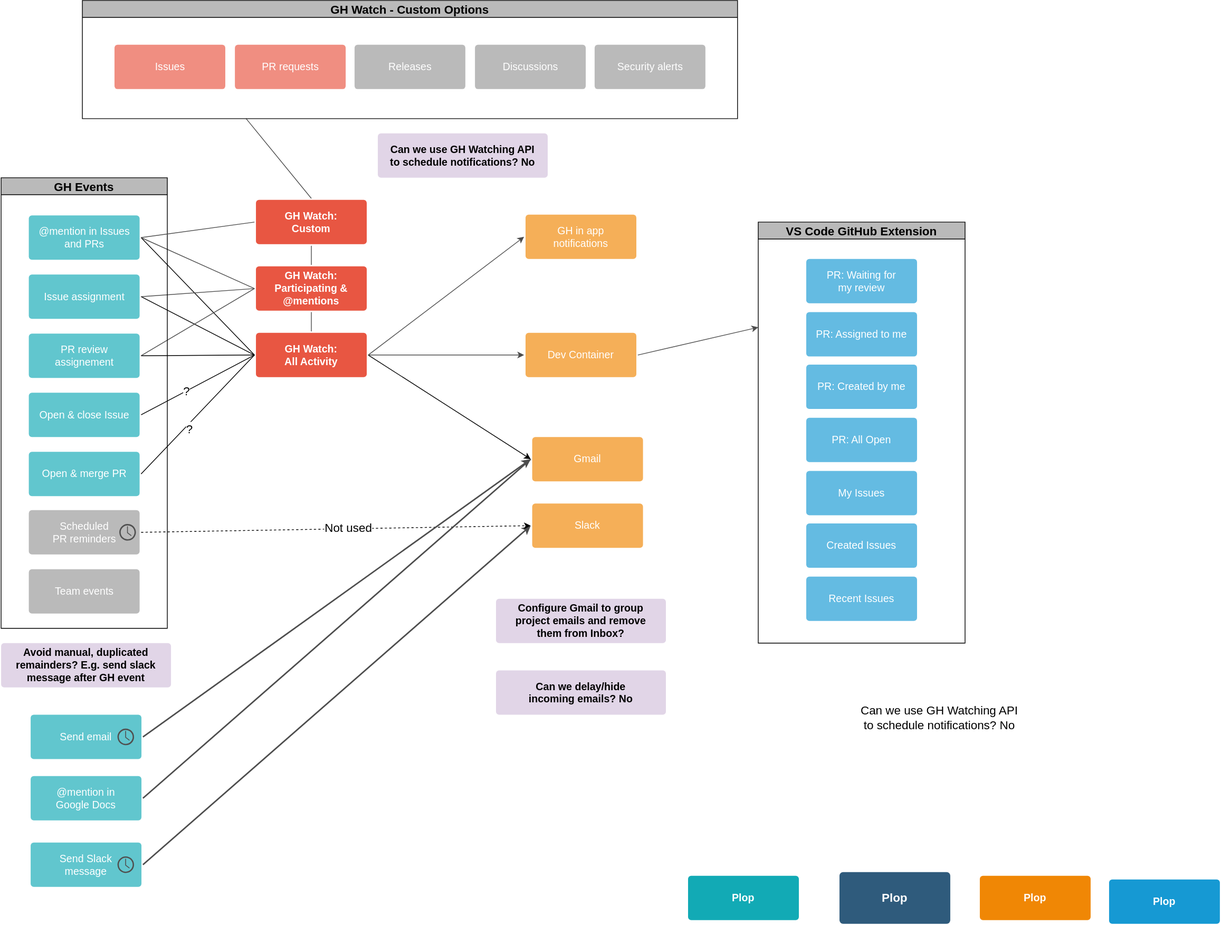
This is docs/drawio/diagrams/notification-graph.drawio.svg from Sage-Bionetworks/sage-monorepo, a draw.io export, as it was before one commit. Source tidied: cells renumbered, new cells last; positions are measured from the earlier drawing's top-left corner, leaving out a move shared by most shapes.
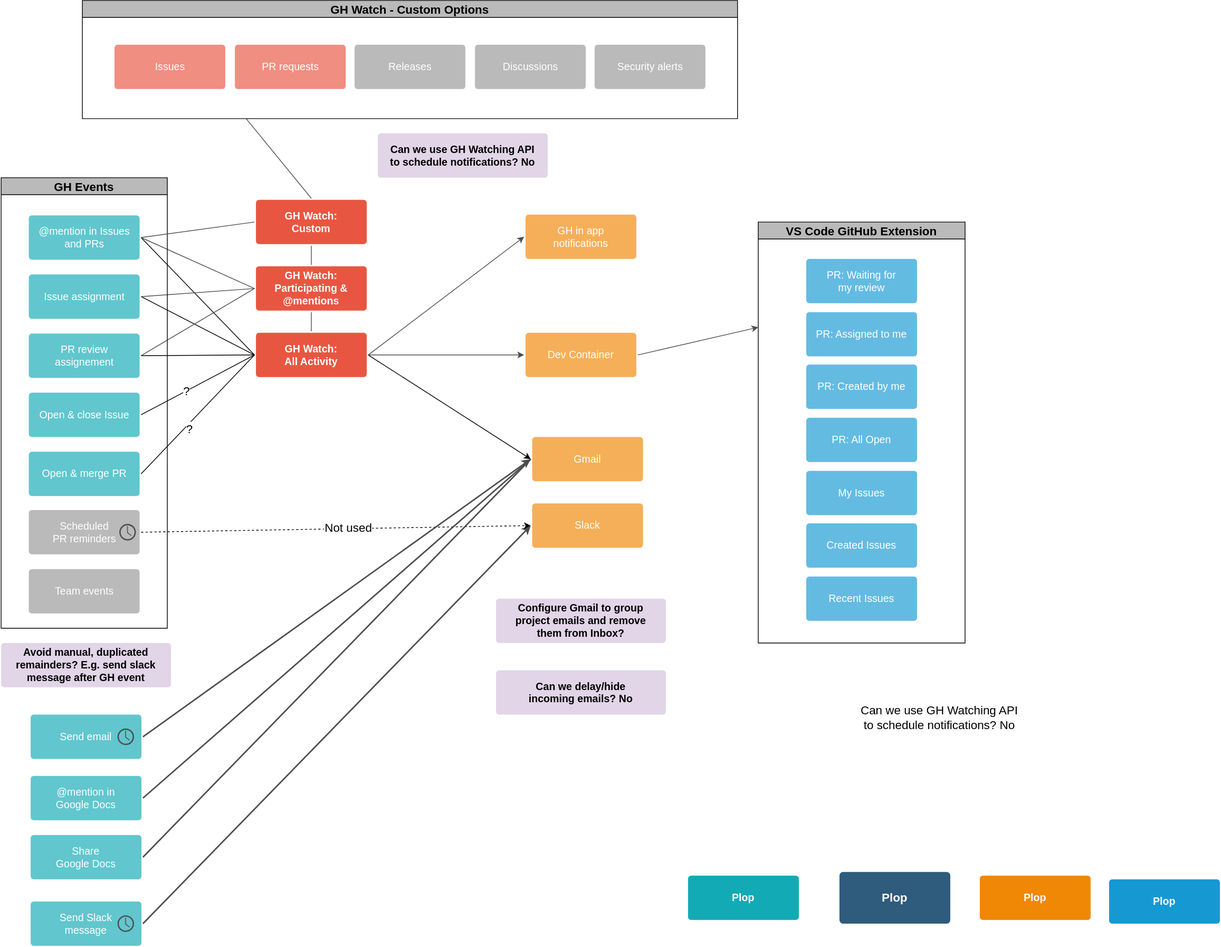
Later version of the same file.

Diff of the diagram source:
```diff
@@ -204,7 +204,7 @@
       <mxGeometry x="40" y="1050" width="150" height="60" as="geometry" />
     </mxCell>
     <mxCell id="69" style="group;" parent="1" vertex="1">
-      <mxGeometry x="40" y="1140" width="150" height="60" as="geometry" />
+      <mxGeometry x="40" y="1220" width="150" height="60" as="geometry" />
     </mxCell>
     <mxCell id="70" value="Send Slack&lt;br&gt;message" style="rounded=1;whiteSpace=wrap;html=1;shadow=0;labelBackgroundColor=none;strokeColor=none;strokeWidth=3;fillColor=#61c6ce;fontFamily=Helvetica;fontSize=14;fontColor=#FFFFFF;align=center;spacing=5;fontStyle=0;arcSize=7;perimeterSpacing=2;" parent="69" vertex="1">
       <mxGeometry width="150" height="60" as="geometry" />
@@ -212,5 +212,11 @@
     <mxCell id="71" style="sketch=0;shadow=0;dashed=0;html=1;strokeColor=none;fillColor=#505050;labelPosition=center;verticalLabelPosition=bottom;verticalAlign=top;align=center;shape=mxgraph.office.concepts.clock;" parent="69" vertex="1">
       <mxGeometry x="117.5" y="18.8" width="22.5" height="22.5" as="geometry" />
     </mxCell>
+    <mxCell id="72" style="edgeStyle=none;rounded=0;jettySize=auto;html=1;exitX=1;exitY=0.5;exitDx=0;exitDy=0;entryX=0;entryY=0.5;entryDx=0;entryDy=0;fontSize=16;endArrow=none;endFill=0;strokeColor=#4D4D4D;strokeWidth=2;" parent="1" edge="1" source="73" target="13">
+      <mxGeometry relative="1" as="geometry" />
+    </mxCell>
+    <mxCell id="73" value="Share&lt;br&gt;Google Docs" style="rounded=1;whiteSpace=wrap;html=1;shadow=0;labelBackgroundColor=none;strokeColor=none;strokeWidth=3;fillColor=#61c6ce;fontFamily=Helvetica;fontSize=14;fontColor=#FFFFFF;align=center;spacing=5;fontStyle=0;arcSize=7;perimeterSpacing=2;" parent="1" vertex="1">
+      <mxGeometry x="40" y="1130" width="150" height="60" as="geometry" />
+    </mxCell>
   </root>
 </mxGraphModel>
```
